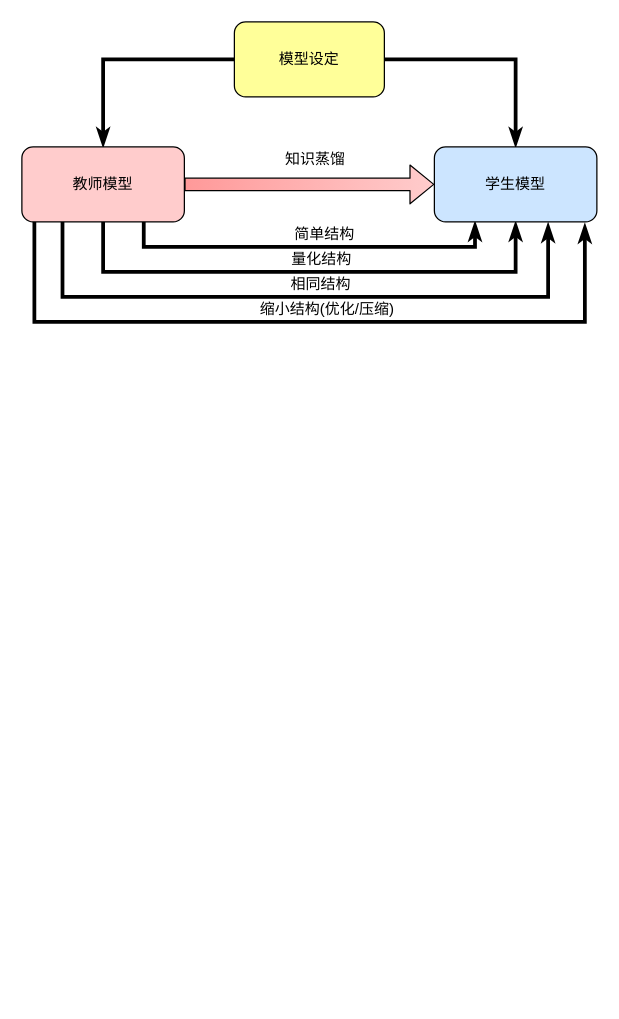
Before: mutil-teacher.drawio in Noeverer/Mindmap, a draw.io diagram. Source tidied: cells renumbered, new cells numbered last; positions are measured from the earlier drawing's top-left corner, leaving out a move shared by most shapes. Both pictures are drawn from the tidied source at 125%, with x=0, y=0 at pixel (21, 21).
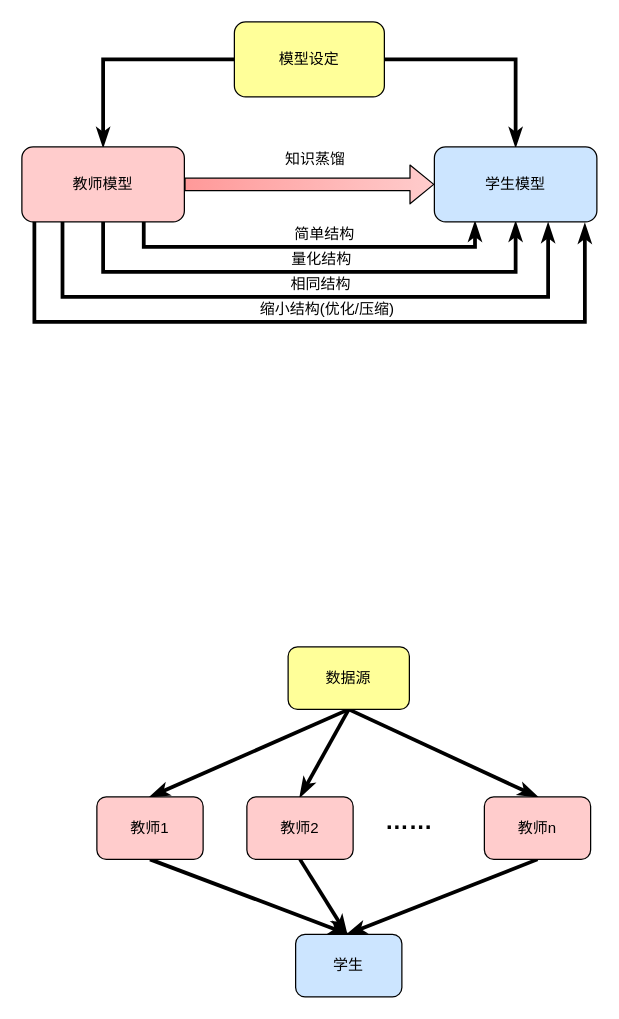
After the change.

The edit, as a diff of the source:
```diff
@@
+    <mxCell id="17" style="rounded=0;jettySize=auto;html=1;exitX=0.5;exitY=1;exitDx=0;exitDy=0;entryX=0.5;entryY=0;entryDx=0;entryDy=0;endArrow=classicThin;endFill=1;strokeWidth=3;fillColor=#FFCCCC;gradientColor=#FF9999;" parent="1" edge="1" source="20" target="22">
+      <mxGeometry relative="1" as="geometry" />
+    </mxCell>
+    <mxCell id="18" style="edgeStyle=none;rounded=0;jettySize=auto;html=1;exitX=0.5;exitY=1;exitDx=0;exitDy=0;entryX=0.5;entryY=0;entryDx=0;entryDy=0;endArrow=classicThin;endFill=1;strokeWidth=3;fillColor=#FFCCCC;gradientColor=#FF9999;" parent="1" edge="1" source="20" target="24">
+      <mxGeometry relative="1" as="geometry" />
+    </mxCell>
+    <mxCell id="19" style="edgeStyle=none;rounded=0;jettySize=auto;html=1;exitX=0.5;exitY=1;exitDx=0;exitDy=0;entryX=0.5;entryY=0;entryDx=0;entryDy=0;endArrow=classicThin;endFill=1;strokeWidth=3;fillColor=#FFCCCC;gradientColor=#FF9999;" parent="1" edge="1" source="20" target="26">
+      <mxGeometry relative="1" as="geometry" />
+    </mxCell>
+    <mxCell id="20" value="数据源" style="rounded=1;whiteSpace=wrap;html=1;fillColor=#FFFF99;gradientColor=none;" parent="1" vertex="1">
+      <mxGeometry x="213" y="500" width="97" height="50" as="geometry" />
+    </mxCell>
+    <mxCell id="21" style="edgeStyle=none;rounded=0;jettySize=auto;html=1;exitX=0.5;exitY=1;exitDx=0;exitDy=0;entryX=0.5;entryY=0;entryDx=0;entryDy=0;endArrow=classicThin;endFill=1;strokeWidth=3;fillColor=#FFCCCC;gradientColor=#FF9999;" parent="1" edge="1" source="22" target="27">
+      <mxGeometry relative="1" as="geometry" />
+    </mxCell>
+    <mxCell id="22" value="教师1" style="rounded=1;whiteSpace=wrap;html=1;gradientColor=none;fillColor=#FFCCCC;" parent="1" vertex="1">
+      <mxGeometry x="60" y="620" width="85" height="50" as="geometry" />
+    </mxCell>
+    <mxCell id="23" style="edgeStyle=none;rounded=0;jettySize=auto;html=1;exitX=0.5;exitY=1;exitDx=0;exitDy=0;endArrow=classicThin;endFill=1;strokeWidth=3;fillColor=#FFCCCC;gradientColor=#FF9999;" parent="1" edge="1" source="24">
+      <mxGeometry relative="1" as="geometry">
+        <mxPoint x="260" y="730" as="targetPoint" />
+      </mxGeometry>
+    </mxCell>
+    <mxCell id="24" value="教师2" style="rounded=1;whiteSpace=wrap;html=1;gradientColor=none;fillColor=#FFCCCC;" parent="1" vertex="1">
+      <mxGeometry x="180" y="620" width="85" height="50" as="geometry" />
+    </mxCell>
+    <mxCell id="25" style="edgeStyle=none;rounded=0;jettySize=auto;html=1;exitX=0.5;exitY=1;exitDx=0;exitDy=0;endArrow=classicThin;endFill=1;strokeWidth=3;fillColor=#FFCCCC;gradientColor=#FF9999;" parent="1" edge="1" source="26">
+      <mxGeometry relative="1" as="geometry">
+        <mxPoint x="260" y="730" as="targetPoint" />
+      </mxGeometry>
+    </mxCell>
+    <mxCell id="26" value="教师n" style="rounded=1;whiteSpace=wrap;html=1;gradientColor=none;fillColor=#FFCCCC;" parent="1" vertex="1">
+      <mxGeometry x="370" y="620" width="85" height="50" as="geometry" />
+    </mxCell>
+    <mxCell id="27" value="学生" style="rounded=1;whiteSpace=wrap;html=1;gradientColor=none;fillColor=#CCE5FF;" parent="1" vertex="1">
+      <mxGeometry x="219" y="730" width="85" height="50" as="geometry" />
+    </mxCell>
+    <mxCell id="28" value="&lt;b&gt;&lt;font style=&quot;font-size: 19px&quot;&gt;……&lt;/font&gt;&lt;/b&gt;" style="text;html=1;strokeColor=none;fillColor=none;align=center;verticalAlign=middle;whiteSpace=wrap;rounded=0;" parent="1" vertex="1">
+      <mxGeometry x="290" y="630" width="40" height="20" as="geometry" />
+    </mxCell>
```
